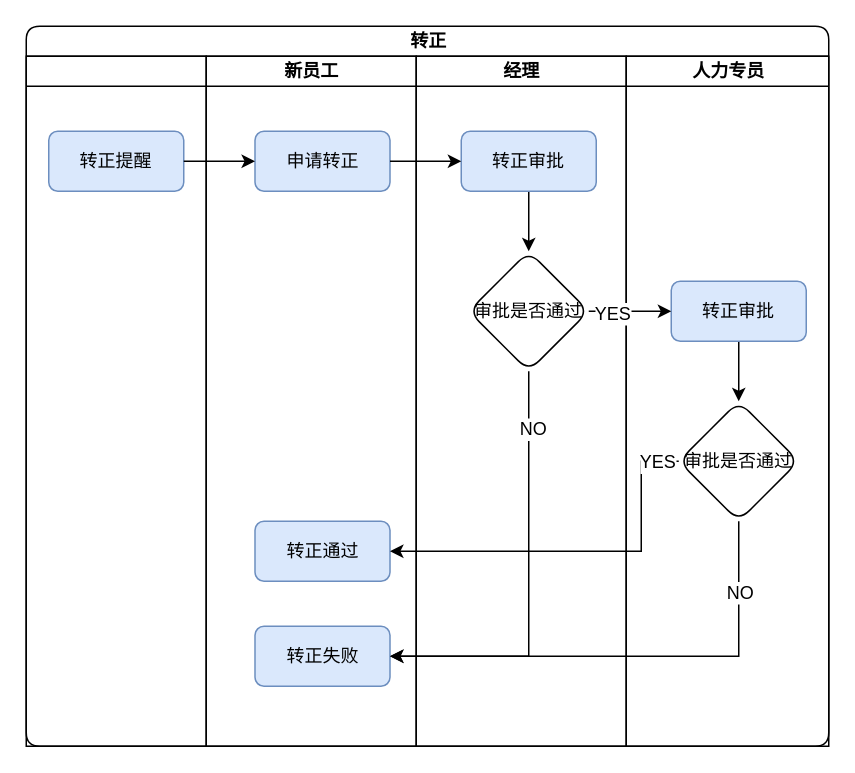
Above: page "转正流程" (4 of 9) of humanresource1.drawio in janzhou123/mydraw (draw.io), before the change. Source tidied: cells renumbered, new cells numbered last; positions are measured from the earlier drawing's top-left corner, leaving out a move shared by most shapes. Both pictures are drawn from the tidied source at 150%, with x=0, y=0 at pixel (26, 26).
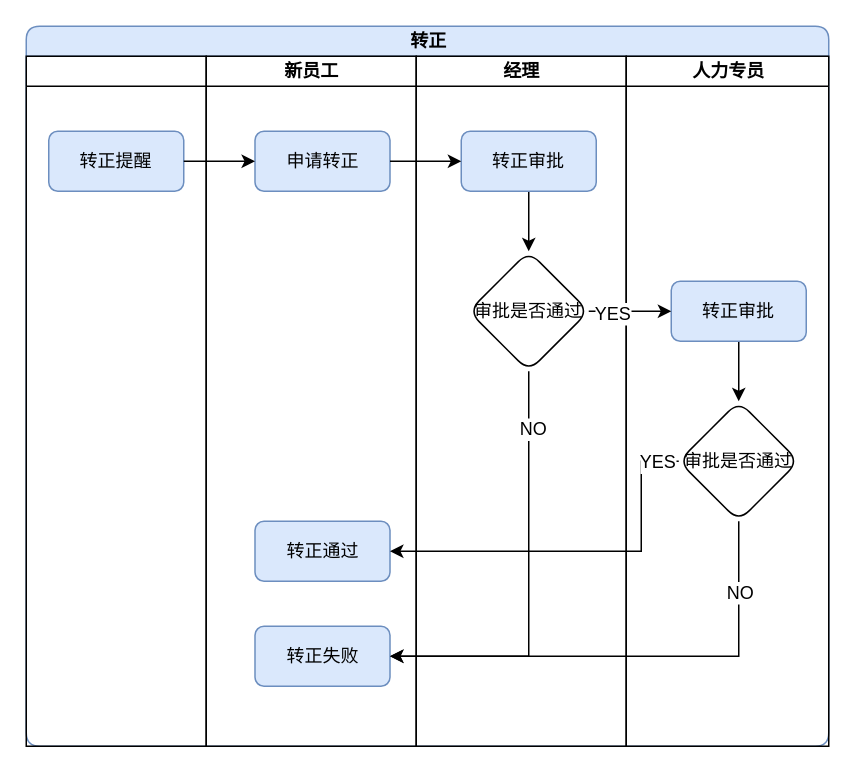
The same diagram, later.

What changed in the source:
```diff
@@
-    <mxCell id="2" value="转正" style="swimlane;html=1;startSize=20;rounded=1;shadow=0;glass=0;comic=0;" parent="1" vertex="1">
+    <mxCell id="2" value="转正" style="swimlane;html=1;startSize=20;rounded=1;shadow=0;glass=0;comic=0;fillColor=#dae8fc;strokeColor=#6c8ebf;" parent="1" vertex="1">
       <mxGeometry width="535" height="480" as="geometry" />
     </mxCell>
```
